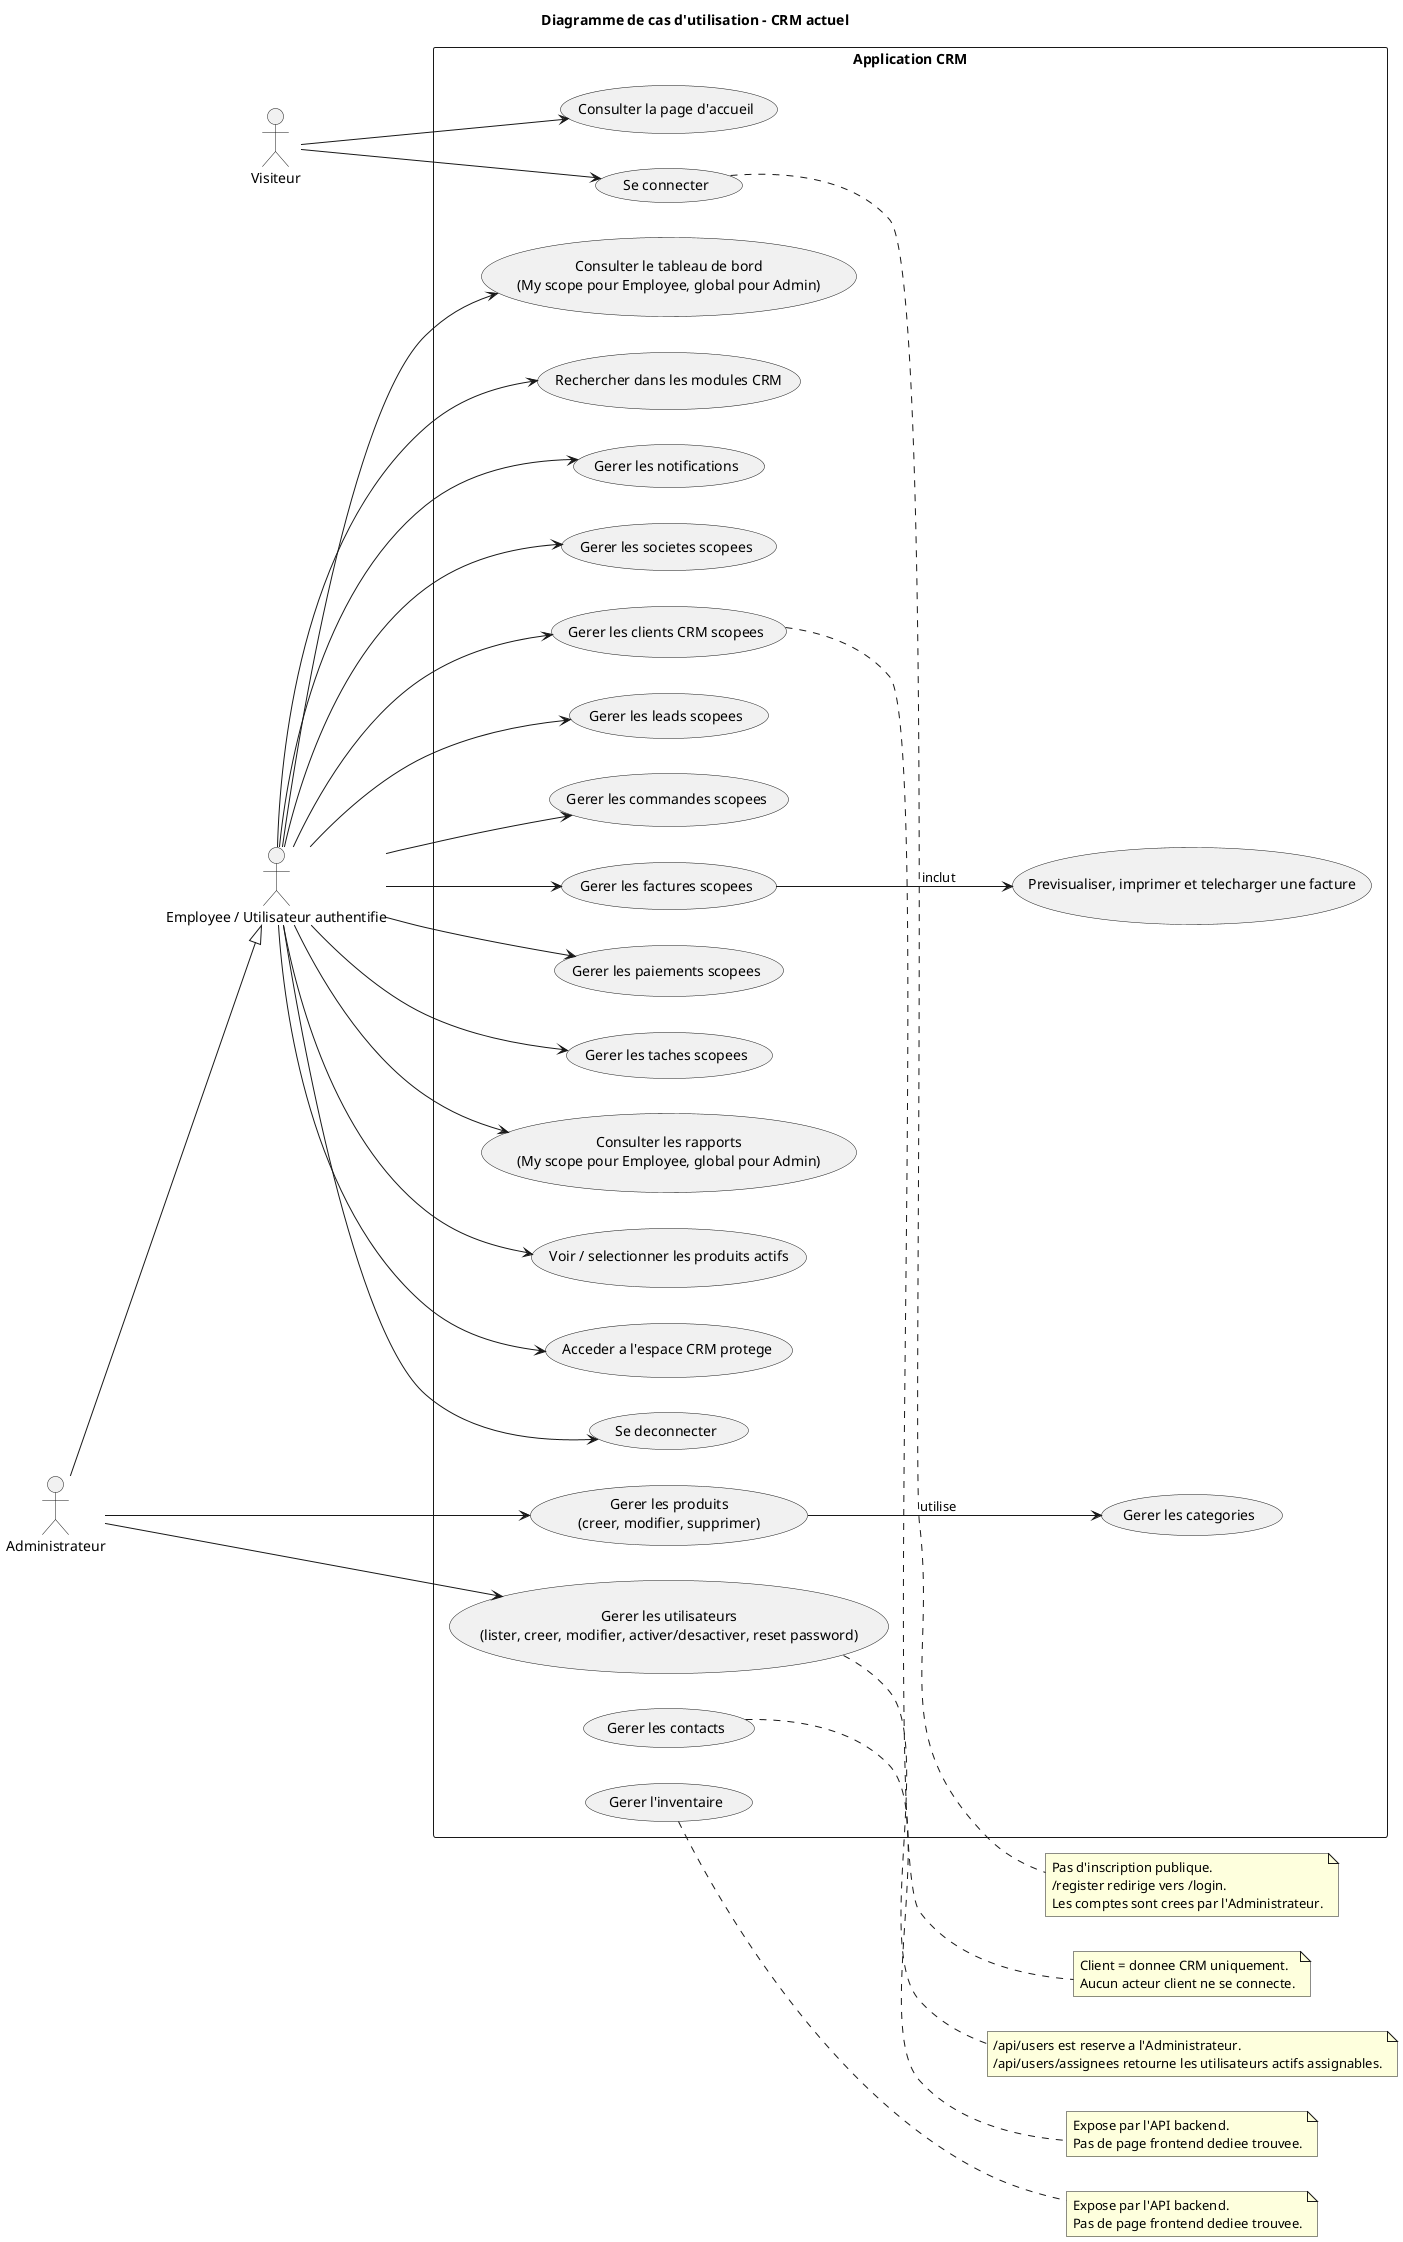
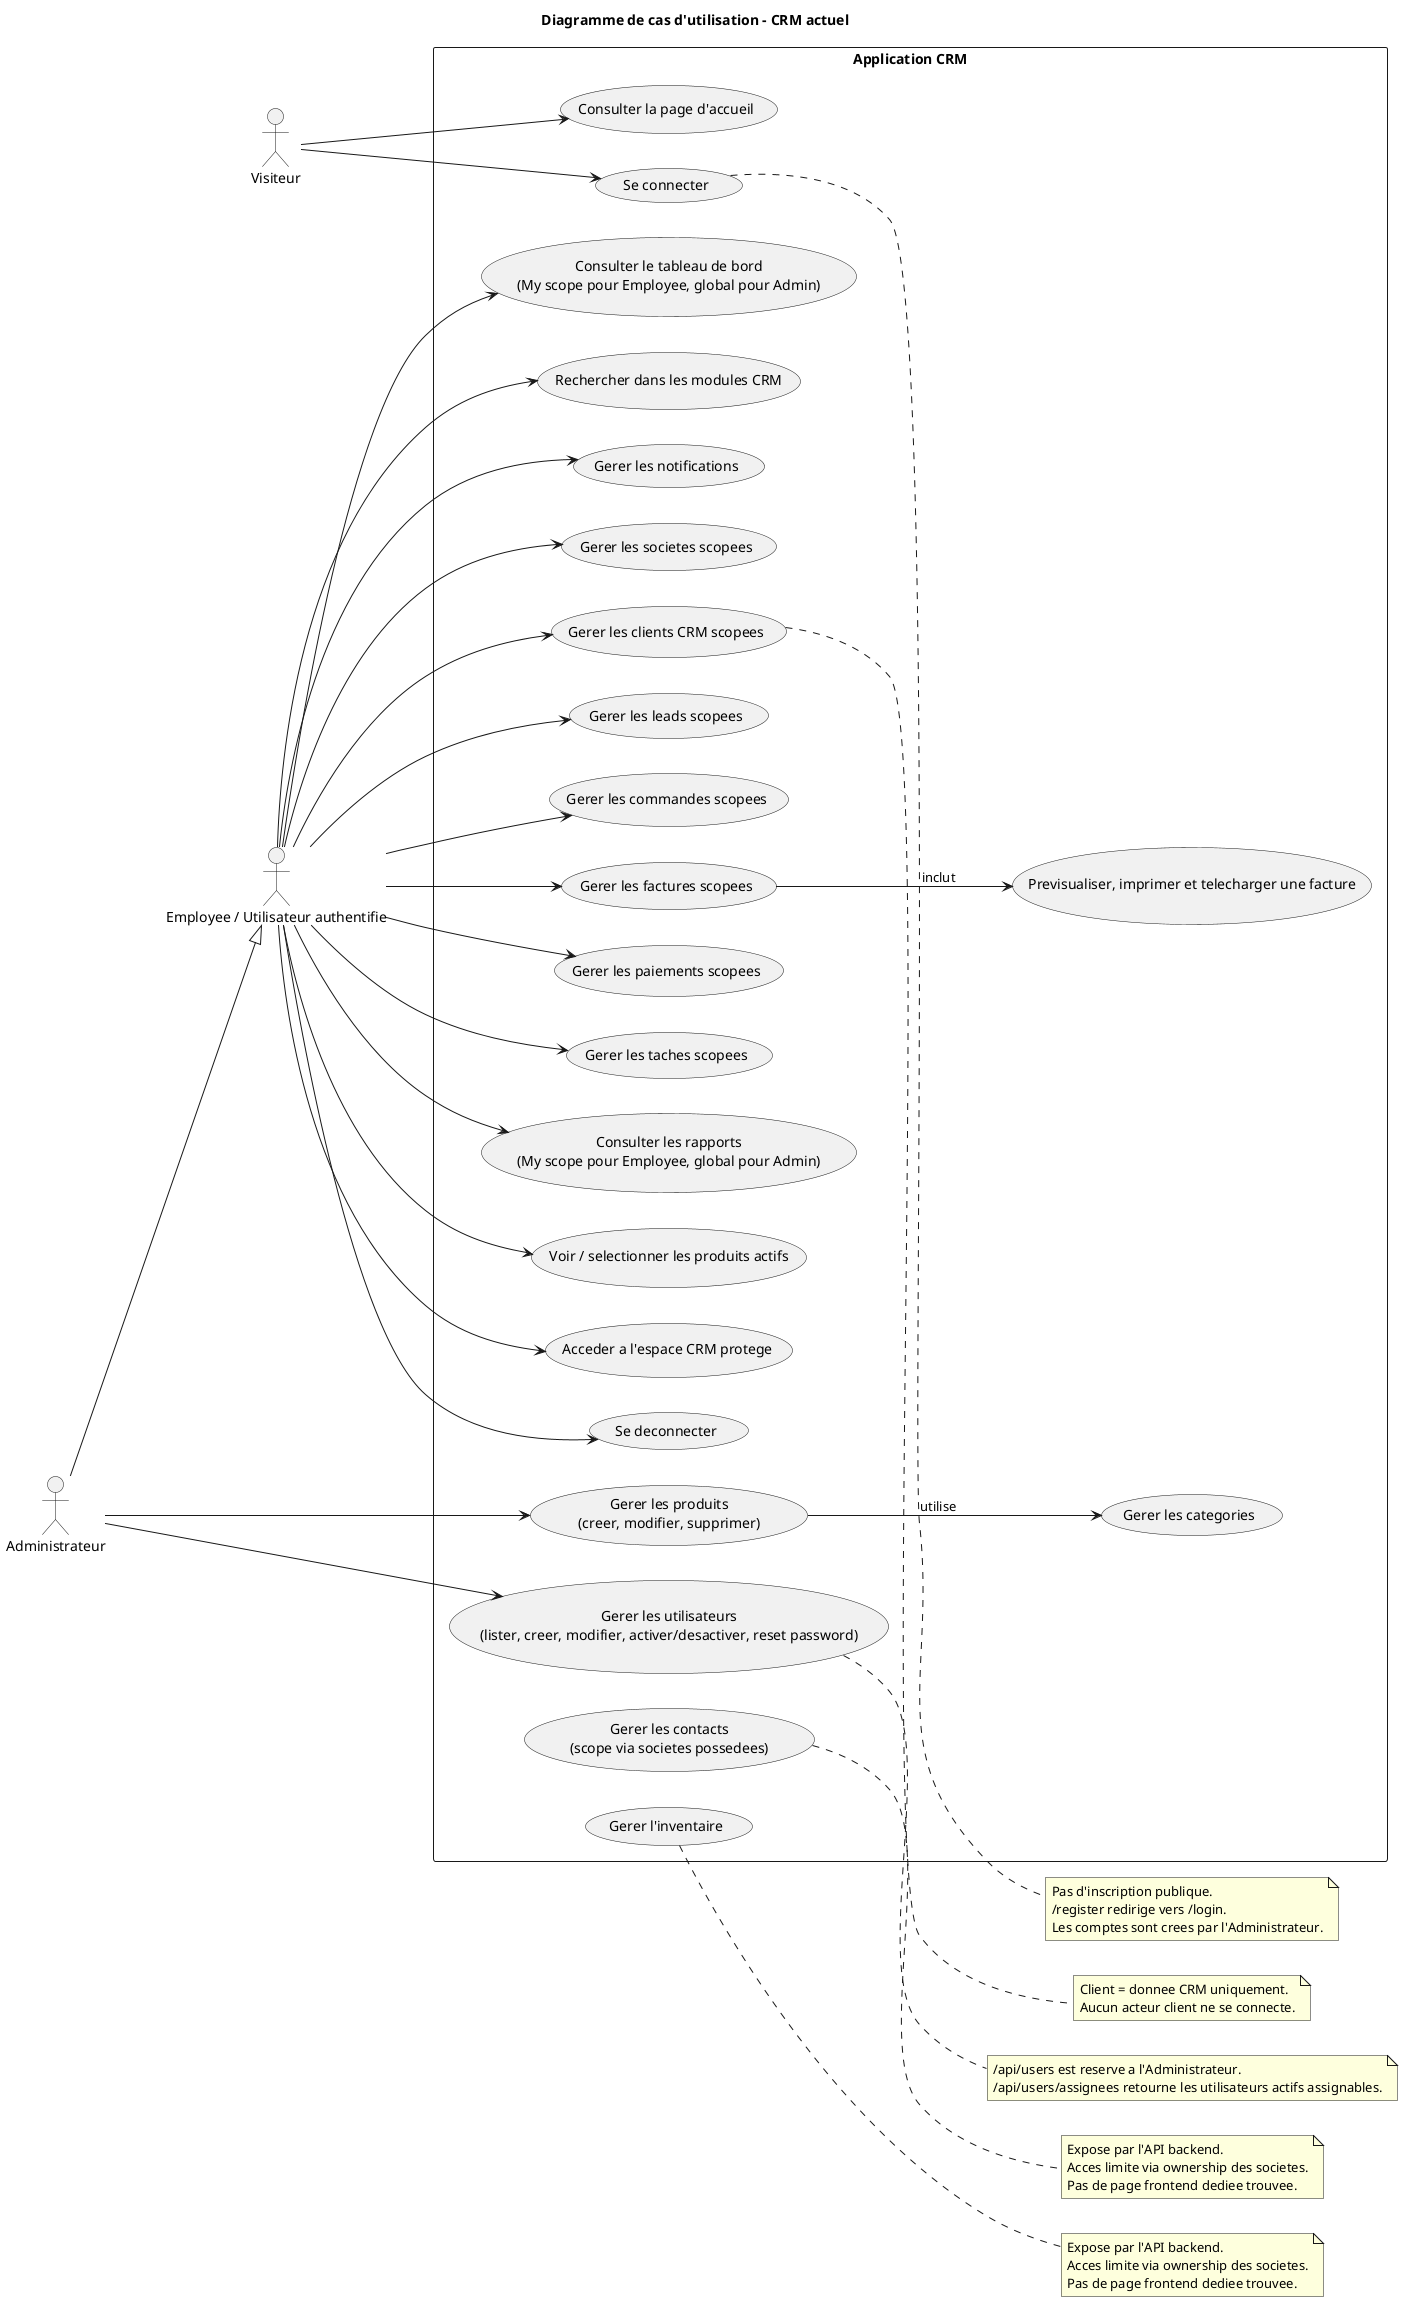
@startuml
title Diagramme de cas d'utilisation - CRM actuel
left to right direction

actor "Visiteur" as Visiteur
actor "Employee / Utilisateur authentifie" as Employee
actor "Administrateur" as Admin

Admin --|> Employee

rectangle "Application CRM" {
  usecase "Consulter la page d'accueil" as UC_Landing
  usecase "Se connecter" as UC_Login
  usecase "Acceder a l'espace CRM protege" as UC_Protected
  usecase "Se deconnecter" as UC_Logout

  usecase "Consulter le tableau de bord\n(My scope pour Employee, global pour Admin)" as UC_Dashboard
  usecase "Rechercher dans les modules CRM" as UC_Search
  usecase "Gerer les notifications" as UC_Notifications

  usecase "Gerer les societes scopees" as UC_Companies
  usecase "Gerer les clients CRM scopees" as UC_Customers
  usecase "Gerer les leads scopees" as UC_Leads
  usecase "Gerer les commandes scopees" as UC_Orders
  usecase "Gerer les factures scopees" as UC_Invoices
  usecase "Previsualiser, imprimer et telecharger une facture" as UC_InvoiceExport
  usecase "Gerer les paiements scopees" as UC_Payments
  usecase "Gerer les taches scopees" as UC_Tasks
  usecase "Consulter les rapports\n(My scope pour Employee, global pour Admin)" as UC_Reports
  usecase "Voir / selectionner les produits actifs" as UC_ProductRead

  usecase "Gerer les utilisateurs\n(lister, creer, modifier, activer/desactiver, reset password)" as UC_Users
  usecase "Gerer les produits\n(creer, modifier, supprimer)" as UC_ProductManage
-   usecase "Gerer les contacts" as UC_ContactsApi
+   usecase "Gerer les contacts\n(scope via societes possedees)" as UC_ContactsApi
  usecase "Gerer les categories" as UC_CategoriesApi
  usecase "Gerer l'inventaire" as UC_InventoryApi
}

Visiteur --> UC_Landing
Visiteur --> UC_Login

Employee --> UC_Protected
Employee --> UC_Logout
Employee --> UC_Dashboard
Employee --> UC_Search
Employee --> UC_Notifications
Employee --> UC_Companies
Employee --> UC_Customers
Employee --> UC_Leads
Employee --> UC_Orders
Employee --> UC_Invoices
Employee --> UC_Payments
Employee --> UC_Tasks
Employee --> UC_Reports
Employee --> UC_ProductRead

Admin --> UC_Users
Admin --> UC_ProductManage

UC_Invoices --> UC_InvoiceExport : inclut
UC_ProductManage --> UC_CategoriesApi : utilise

note right of UC_Login
Pas d'inscription publique.
/register redirige vers /login.
Les comptes sont crees par l'Administrateur.
end note

note right of UC_Customers
Client = donnee CRM uniquement.
Aucun acteur client ne se connecte.
end note

note right of UC_Users
/api/users est reserve a l'Administrateur.
/api/users/assignees retourne les utilisateurs actifs assignables.
end note

note right of UC_ContactsApi
Expose par l'API backend.
+ Acces limite via ownership des societes.
Pas de page frontend dediee trouvee.
end note

note right of UC_InventoryApi
Expose par l'API backend.
+ Acces limite via ownership des societes.
Pas de page frontend dediee trouvee.
end note
@enduml
